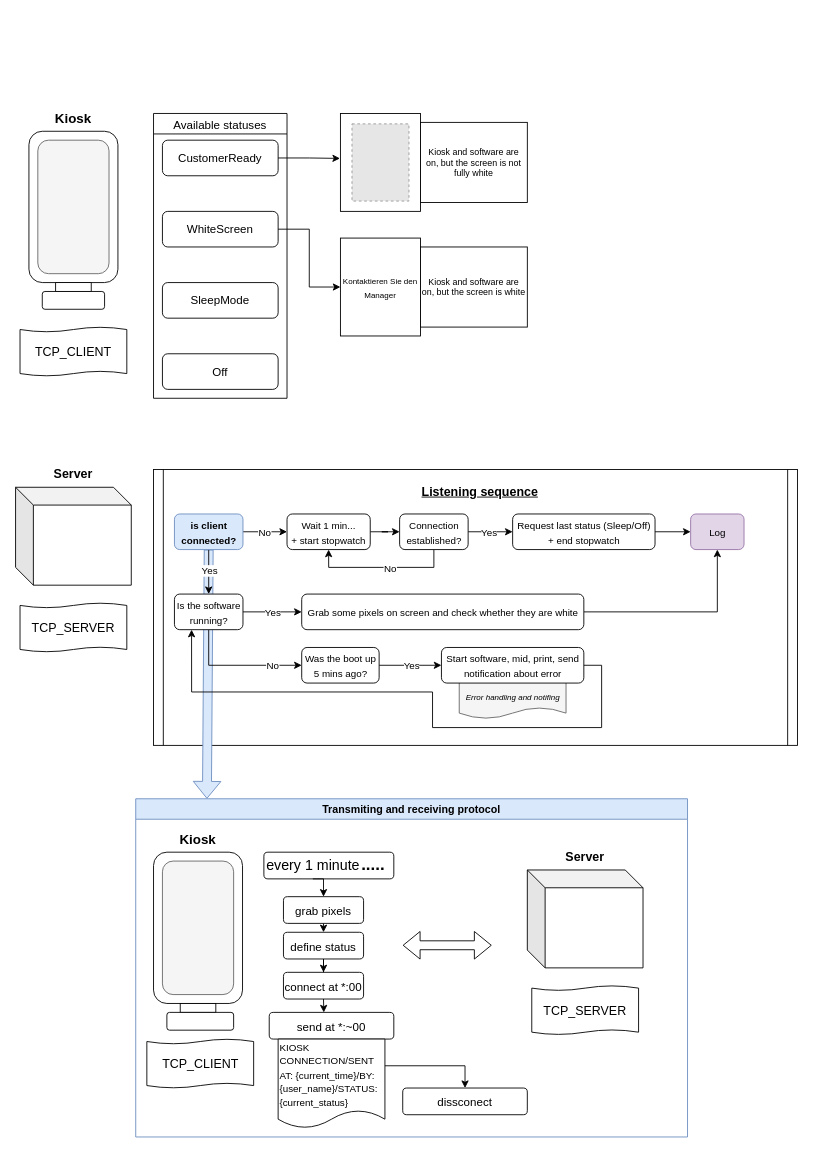
This is Diagram/Diagram.drawio from OneGraund/KioskStatusLog, a draw.io file, before an edit. Source tidied: cells renumbered, new cells numbered last; positions are measured from the earlier drawing's top-left corner, leaving out a move shared by most shapes. Both pictures are drawn from the tidied source at 89%, with x=0, y=0 at pixel (15, 104). Pictures stored in the file or linked from it are replaced by grey dashed boxes.
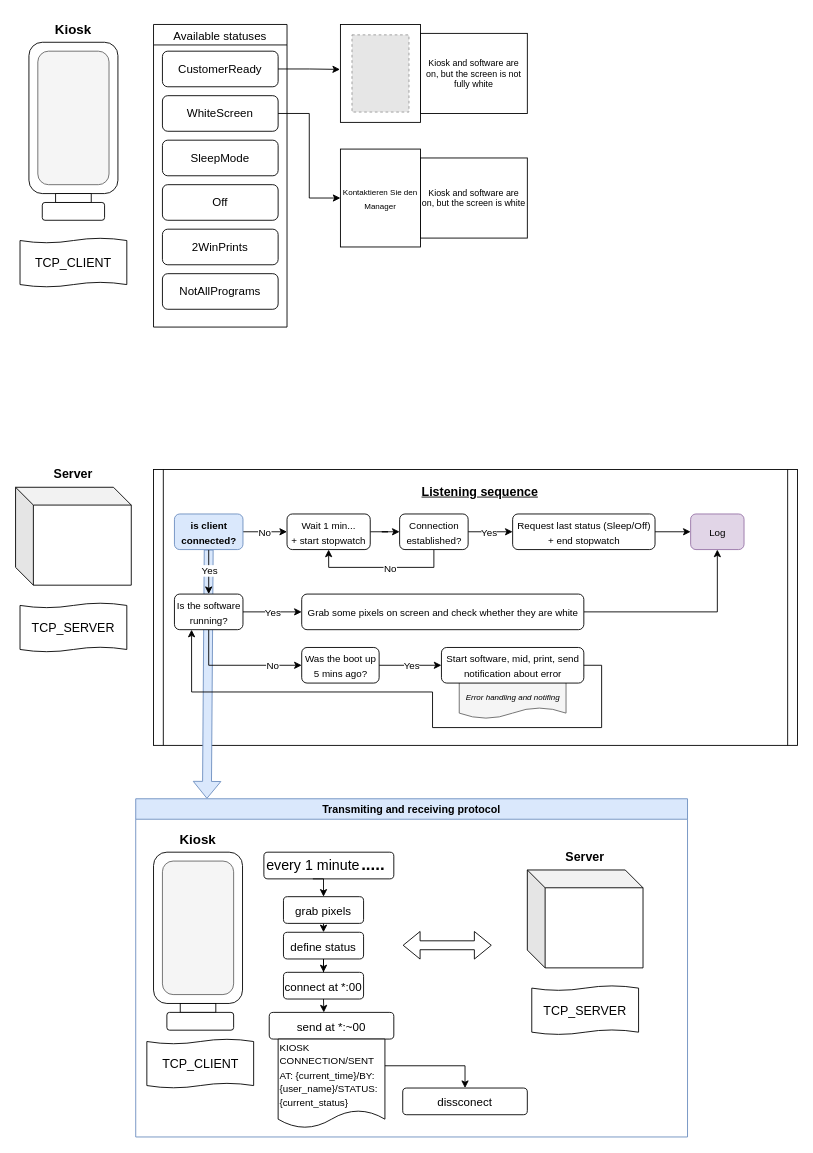
The same diagram, later.

Diff of the diagram source:
```diff
@@
     <mxCell id="4" style="rounded=0;whiteSpace=wrap;html=1;fontSize=13;" parent="1" vertex="1">
-      <mxGeometry x="365" y="10" width="90" height="110" as="geometry" />
+      <mxGeometry x="365" y="-90" width="90" height="110" as="geometry" />
     </mxCell>
     <mxCell id="5" style="rounded=1;whiteSpace=wrap;html=1;" parent="1" vertex="1">
-      <mxGeometry x="15" y="30" width="100" height="170" as="geometry" />
+      <mxGeometry x="15" y="-70" width="100" height="170" as="geometry" />
     </mxCell>
     <mxCell id="6" style="rounded=0;whiteSpace=wrap;html=1;" parent="1" vertex="1">
-      <mxGeometry x="45" y="200" width="40" height="10" as="geometry" />
+      <mxGeometry x="45" y="100" width="40" height="10" as="geometry" />
     </mxCell>
     <mxCell id="7" style="rounded=1;whiteSpace=wrap;html=1;" parent="1" vertex="1">
-      <mxGeometry x="30" y="210" width="70" height="20" as="geometry" />
+      <mxGeometry x="30" y="110" width="70" height="20" as="geometry" />
     </mxCell>
     <mxCell id="8" value="&lt;b&gt;&lt;font style=&quot;font-size: 15px;&quot;&gt;Kiosk&lt;/font&gt;&lt;/b&gt;" style="text;html=1;strokeColor=none;fillColor=none;align=center;verticalAlign=middle;whiteSpace=wrap;rounded=0;" parent="1" vertex="1">
-      <mxGeometry x="35" width="60" height="30" as="geometry" />
+      <mxGeometry x="35" y="-100" width="60" height="30" as="geometry" />
     </mxCell>
     <mxCell id="9" style="rounded=1;whiteSpace=wrap;html=1;fontSize=15;fillColor=#f5f5f5;fontColor=#333333;strokeColor=#666666;" parent="1" vertex="1">
-      <mxGeometry x="25" y="40" width="80" height="150" as="geometry" />
+      <mxGeometry x="25" y="-60" width="80" height="150" as="geometry" />
     </mxCell>
     <mxCell id="10" value="&lt;span style=&quot;font-weight: normal;&quot;&gt;&lt;font style=&quot;font-size: 13px;&quot;&gt;Available statuses&lt;/font&gt;&lt;/span&gt;" style="swimlane;whiteSpace=wrap;html=1;fontSize=15;" parent="1" vertex="1">
-      <mxGeometry x="155" y="10" width="150" height="320" as="geometry" />
+      <mxGeometry x="155" y="-90" width="150" height="340" as="geometry" />
     </mxCell>
@@
     <mxCell id="12" value="WhiteScreen" style="rounded=1;whiteSpace=wrap;html=1;fontSize=13;" parent="10" vertex="1">
-      <mxGeometry x="10" y="110" width="130" height="40" as="geometry" />
+      <mxGeometry x="10" y="80" width="130" height="40" as="geometry" />
     </mxCell>
     <mxCell id="13" value="SleepMode" style="rounded=1;whiteSpace=wrap;html=1;fontSize=13;" parent="10" vertex="1">
-      <mxGeometry x="10" y="190" width="130" height="40" as="geometry" />
+      <mxGeometry x="10" y="130" width="130" height="40" as="geometry" />
     </mxCell>
     <mxCell id="14" value="Off" style="rounded=1;whiteSpace=wrap;html=1;fontSize=13;" parent="10" vertex="1">
-      <mxGeometry x="10" y="270" width="130" height="40" as="geometry" />
+      <mxGeometry x="10" y="180" width="130" height="40" as="geometry" />
     </mxCell>
+    <mxCell id="81" value="2WinPrints" style="rounded=1;whiteSpace=wrap;html=1;fontSize=13;" parent="10" vertex="1">
+      <mxGeometry x="10" y="230" width="130" height="40" as="geometry" />
+    </mxCell>
+    <mxCell id="82" value="NotAllPrograms" style="rounded=1;whiteSpace=wrap;html=1;fontSize=13;" parent="10" vertex="1">
+      <mxGeometry x="10" y="280" width="130" height="40" as="geometry" />
+    </mxCell>
     <mxCell id="15" style="fillColor=#E6E6E6;strokeColor=#999999;dashed=1;verticalLabelPosition=bottom;labelBackgroundColor=default;verticalAlign=top;" parent="1" vertex="1">
-      <mxGeometry x="378" y="21.7" width="64" height="86.7" as="geometry" />
+      <mxGeometry x="378" y="-78.3" width="64" height="86.7" as="geometry" />
     </mxCell>
@@
     <mxCell id="17" style="rounded=0;whiteSpace=wrap;html=1;fontSize=13;" parent="1" vertex="1">
-      <mxGeometry x="365" y="150" width="90" height="110" as="geometry" />
+      <mxGeometry x="365" y="50" width="90" height="110" as="geometry" />
     </mxCell>
@@
     <mxCell id="19" value="&lt;font style=&quot;font-size: 9px;&quot;&gt;Kontaktieren Sie den Manager&lt;/font&gt;" style="text;html=1;strokeColor=none;fillColor=none;align=center;verticalAlign=middle;whiteSpace=wrap;rounded=0;fontSize=13;" parent="1" vertex="1">
-      <mxGeometry x="365" y="190" width="90" height="30" as="geometry" />
+      <mxGeometry x="365" y="90" width="90" height="30" as="geometry" />
     </mxCell>
     <mxCell id="20" value="&lt;font size=&quot;1&quot;&gt;Kiosk and software are on, but the screen is not fully white&lt;/font&gt;" style="rounded=0;whiteSpace=wrap;html=1;fontSize=9;" parent="1" vertex="1">
-      <mxGeometry x="455" y="20" width="120" height="90" as="geometry" />
+      <mxGeometry x="455" y="-80" width="120" height="90" as="geometry" />
     </mxCell>
     <mxCell id="21" value="&lt;font size=&quot;1&quot;&gt;Kiosk and software are on, but the screen is white&lt;/font&gt;" style="rounded=0;whiteSpace=wrap;html=1;fontSize=9;" parent="1" vertex="1">
-      <mxGeometry x="455" y="160" width="120" height="90" as="geometry" />
+      <mxGeometry x="455" y="60" width="120" height="90" as="geometry" />
     </mxCell>
@@
     <mxCell id="25" value="TCP_CLIENT" style="shape=tape;whiteSpace=wrap;html=1;fontSize=14;size=0.1;" parent="1" vertex="1">
-      <mxGeometry x="5" y="250" width="120" height="55" as="geometry" />
+      <mxGeometry x="5" y="150" width="120" height="55" as="geometry" />
     </mxCell>
```
